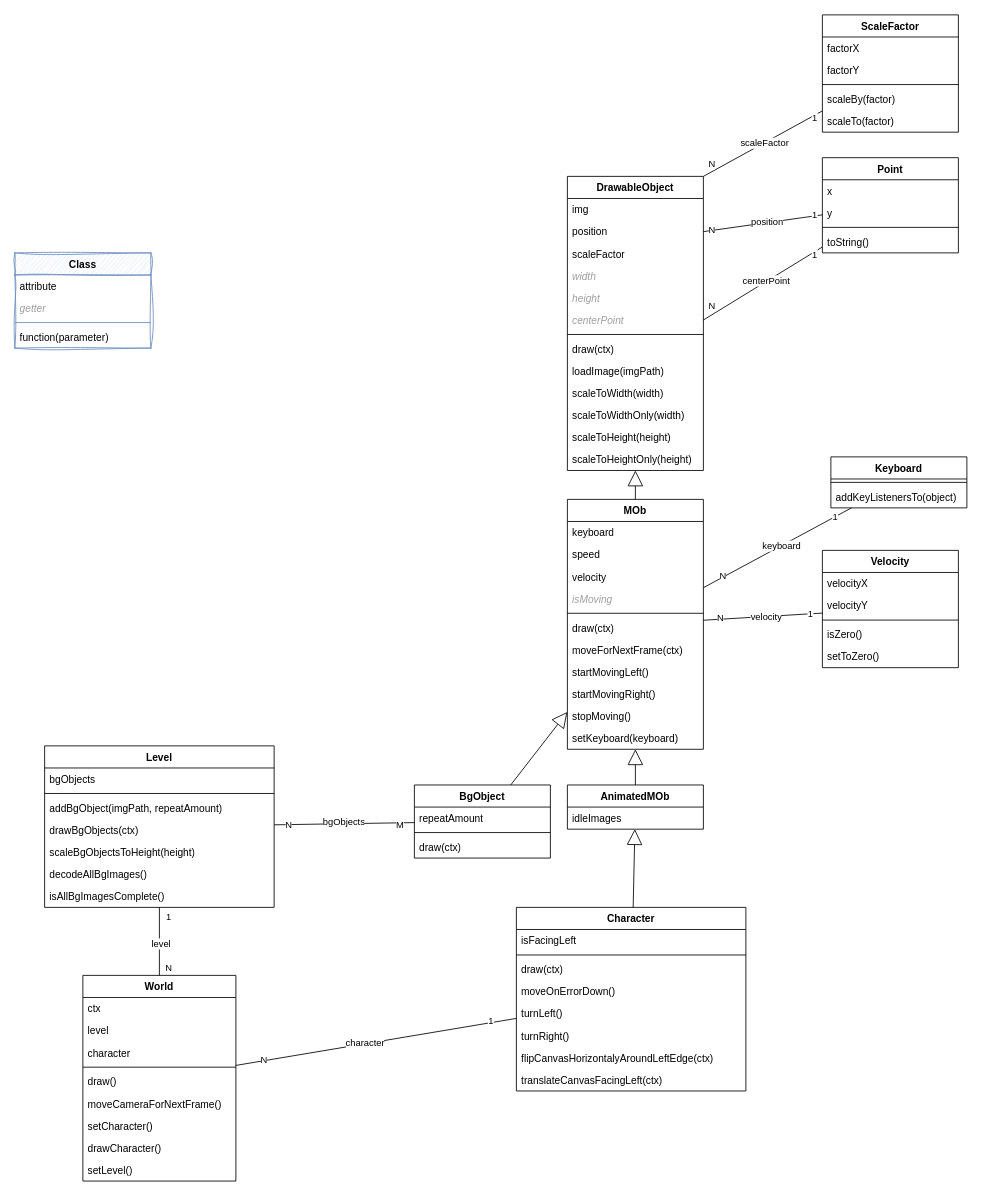
ReinhardWansch/Sharky-DeveloperAkademie keeps this draw.io diagram as uml/Sharky-ClassDiagram.drawio. Above is the earlier version. Source tidied: cells renumbered, new cells numbered last; positions are measured from the earlier drawing's top-left corner, leaving out a move shared by most shapes. Both pictures are drawn from the tidied source at 85%, with x=0, y=0 at pixel (14, 14).
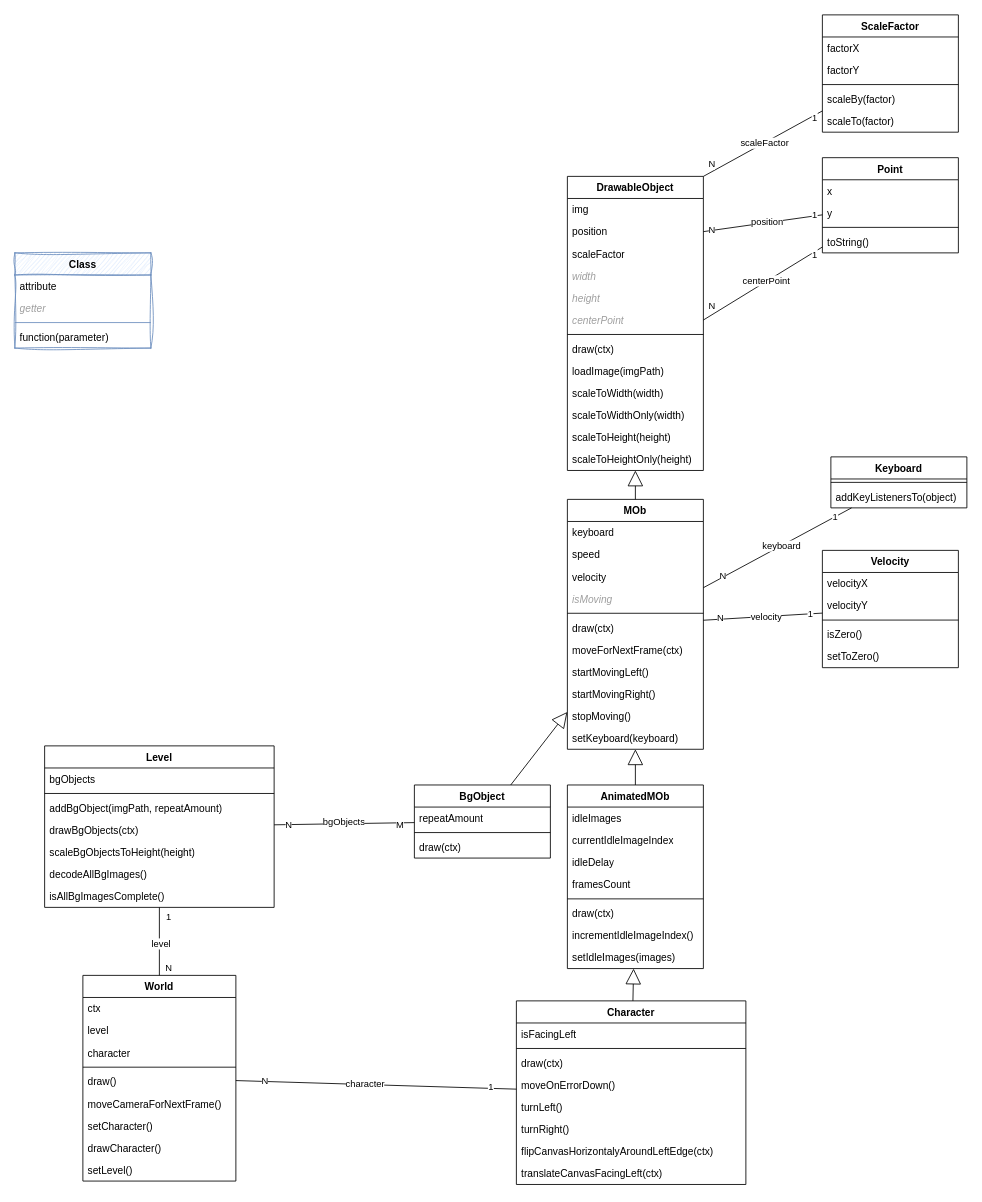
The same page after the edit.

What changed in the source:
```diff
@@
     <mxCell id="29" value="AnimatedMOb" style="swimlane;fontStyle=1;align=center;verticalAlign=top;horizontal=1;startSize=26;whiteSpace=wrap;html=1;" parent="1" vertex="1">
-      <mxGeometry x="650" y="906" width="160" height="52" as="geometry" />
+      <mxGeometry x="650" y="906" width="160" height="216" as="geometry" />
     </mxCell>
@@
+    <mxCell id="122" value="currentIdleImageIndex" style="text;strokeColor=none;fillColor=none;align=left;verticalAlign=top;spacingLeft=4;spacingRight=4;overflow=hidden;whiteSpace=wrap;html=1;" parent="29" vertex="1">
+      <mxGeometry y="52" width="160" height="26" as="geometry" />
+    </mxCell>
+    <mxCell id="123" value="idleDelay" style="text;strokeColor=none;fillColor=none;align=left;verticalAlign=top;spacingLeft=4;spacingRight=4;overflow=hidden;whiteSpace=wrap;html=1;" parent="29" vertex="1">
+      <mxGeometry y="78" width="160" height="26" as="geometry" />
+    </mxCell>
+    <mxCell id="124" value="framesCount" style="text;strokeColor=none;fillColor=none;align=left;verticalAlign=top;spacingLeft=4;spacingRight=4;overflow=hidden;whiteSpace=wrap;html=1;" parent="29" vertex="1">
+      <mxGeometry y="104" width="160" height="26" as="geometry" />
+    </mxCell>
+    <mxCell id="125" style="line;strokeWidth=1;fillColor=none;align=left;verticalAlign=middle;spacingTop=-1;spacingLeft=3;spacingRight=3;labelPosition=right;strokeColor=inherit;" parent="29" vertex="1">
+      <mxGeometry y="130" width="160" height="8" as="geometry" />
+    </mxCell>
+    <mxCell id="126" value="draw(ctx)" style="text;strokeColor=none;fillColor=none;align=left;verticalAlign=top;spacingLeft=4;spacingRight=4;overflow=hidden;whiteSpace=wrap;html=1;" parent="29" vertex="1">
+      <mxGeometry y="138" width="160" height="26" as="geometry" />
+    </mxCell>
+    <mxCell id="127" value="incrementIdleImageIndex()" style="text;strokeColor=none;fillColor=none;align=left;verticalAlign=top;spacingLeft=4;spacingRight=4;overflow=hidden;whiteSpace=wrap;html=1;" parent="29" vertex="1">
+      <mxGeometry y="164" width="160" height="26" as="geometry" />
+    </mxCell>
+    <mxCell id="128" value="setIdleImages(images)" style="text;strokeColor=none;fillColor=none;align=left;verticalAlign=top;spacingLeft=4;spacingRight=4;overflow=hidden;whiteSpace=wrap;html=1;" parent="29" vertex="1">
+      <mxGeometry y="190" width="160" height="26" as="geometry" />
+    </mxCell>
@@
     <mxCell id="58" value="Character" style="swimlane;fontStyle=1;align=center;verticalAlign=top;horizontal=1;startSize=26;whiteSpace=wrap;html=1;" parent="1" vertex="1">
-      <mxGeometry x="590" y="1050" width="270" height="216" as="geometry" />
+      <mxGeometry x="590" y="1160" width="270" height="216" as="geometry" />
     </mxCell>
```
